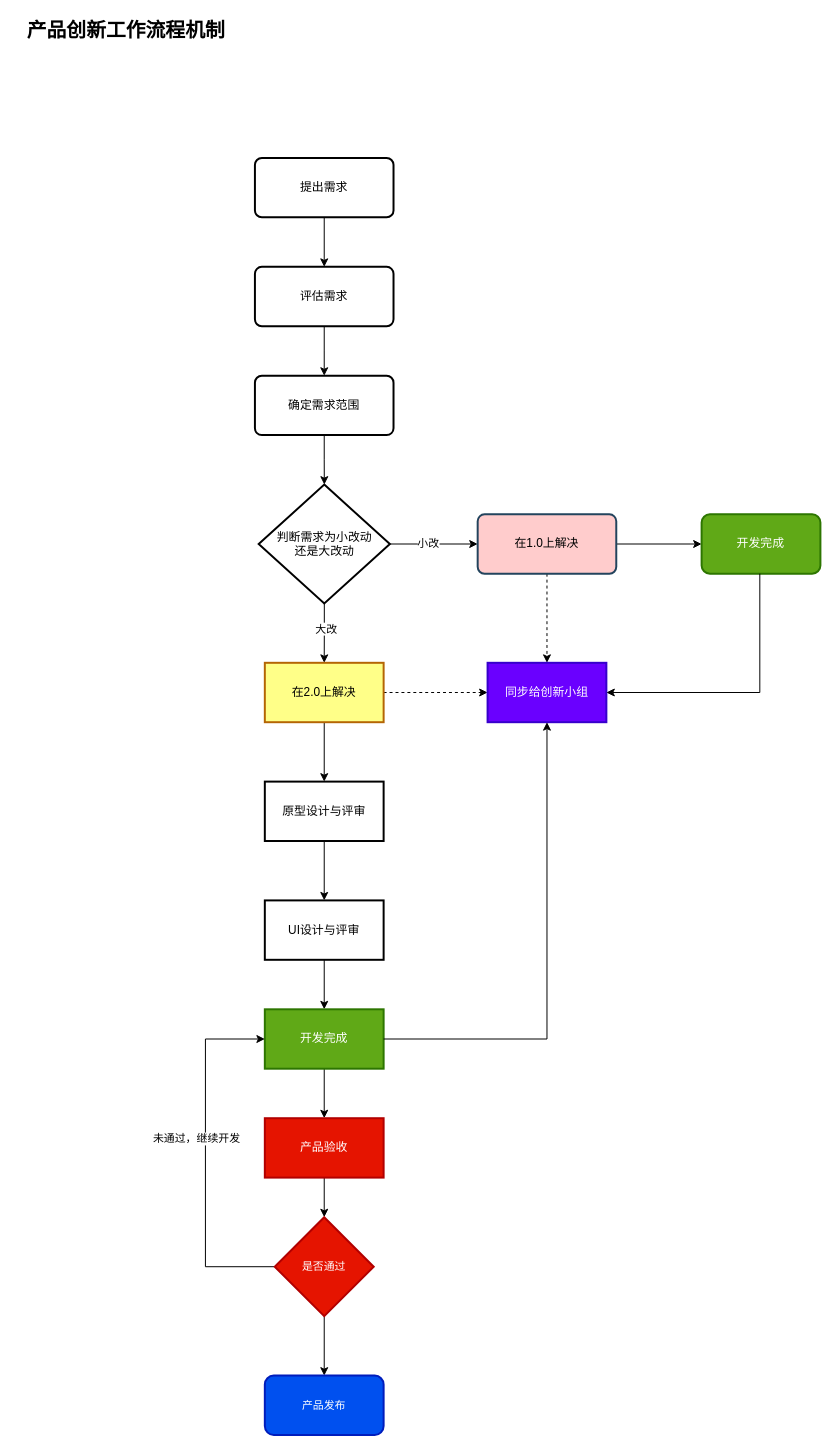
The draw.io diagram page "产品创新流程" (4 of 4) of diagrams/里程.drawio in dengyulong/PublicStore, before the edit. Source tidied: cells renumbered, new cells numbered last; positions are measured from the earlier drawing's top-left corner, leaving out a move shared by most shapes. Both pictures are drawn from the tidied source at 99%, with x=0, y=0 at pixel (17, 19).
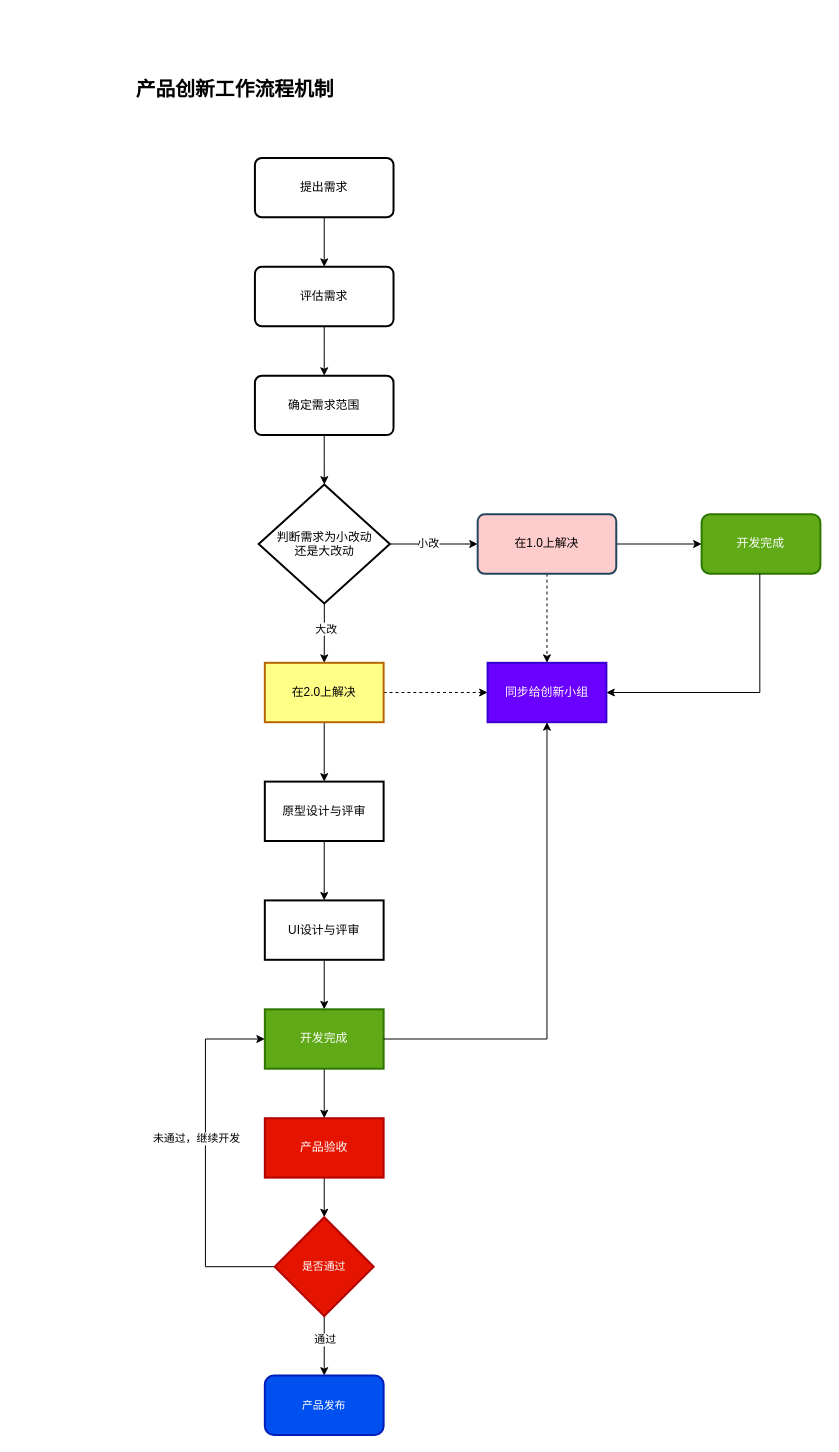
Above is the later version.

Unchanged cells that the change refers to:
```xml
<mxCell id="34" style="edgeStyle=orthogonalEdgeStyle;rounded=0;jettySize=auto;html=1;fontSize=11;fontColor=#000000;" parent="1" edge="1" source="35" target="36">
  <mxGeometry relative="1" as="geometry" />
</mxCell>
```

The edit, as a diff of the source:
```diff
@@
     <mxCell id="29" value="产品创新工作流程机制" style="text;html=1;strokeColor=none;fillColor=none;align=center;verticalAlign=middle;whiteSpace=wrap;rounded=0;fontStyle=1;fontSize=20;" parent="1" vertex="1">
-      <mxGeometry width="220" height="20" as="geometry" />
+      <mxGeometry x="110" y="60" width="220" height="20" as="geometry" />
     </mxCell>
@@
+    <mxCell id="37" value="通过" style="edgeLabel;html=1;align=center;verticalAlign=middle;fontSize=11;fontColor=#000000;" parent="34" vertex="1">
+      <mxGeometry x="-0.24" relative="1" as="geometry" />
+    </mxCell>
```
